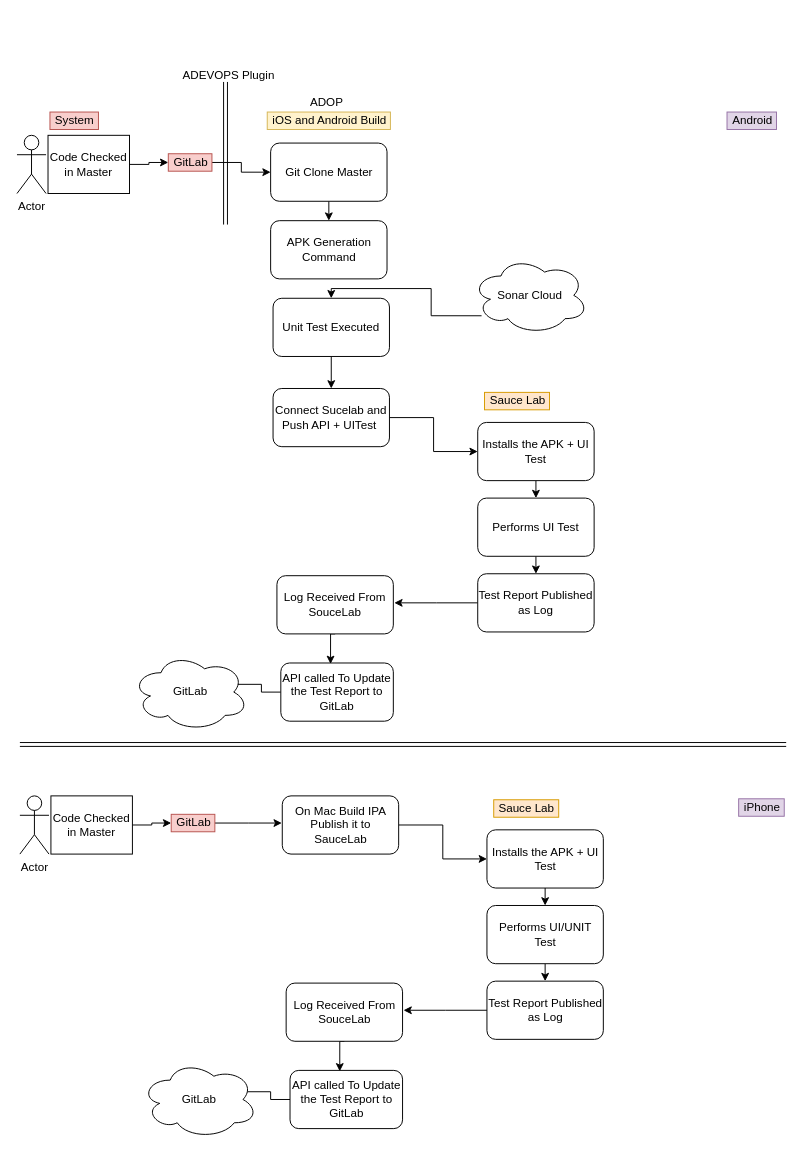
smkcoder/BuildingConversationalExp keeps this draw.io diagram as page "CI/CD" (6 of 6) of MyKnowledgeBoard.drawio. Above is the earlier version. Source tidied: cells renumbered, new cells numbered last; positions are measured from the earlier drawing's top-left corner, leaving out a move shared by most shapes. Both pictures are drawn from the tidied source at 97%, with x=0, y=0 at pixel (16, 66).
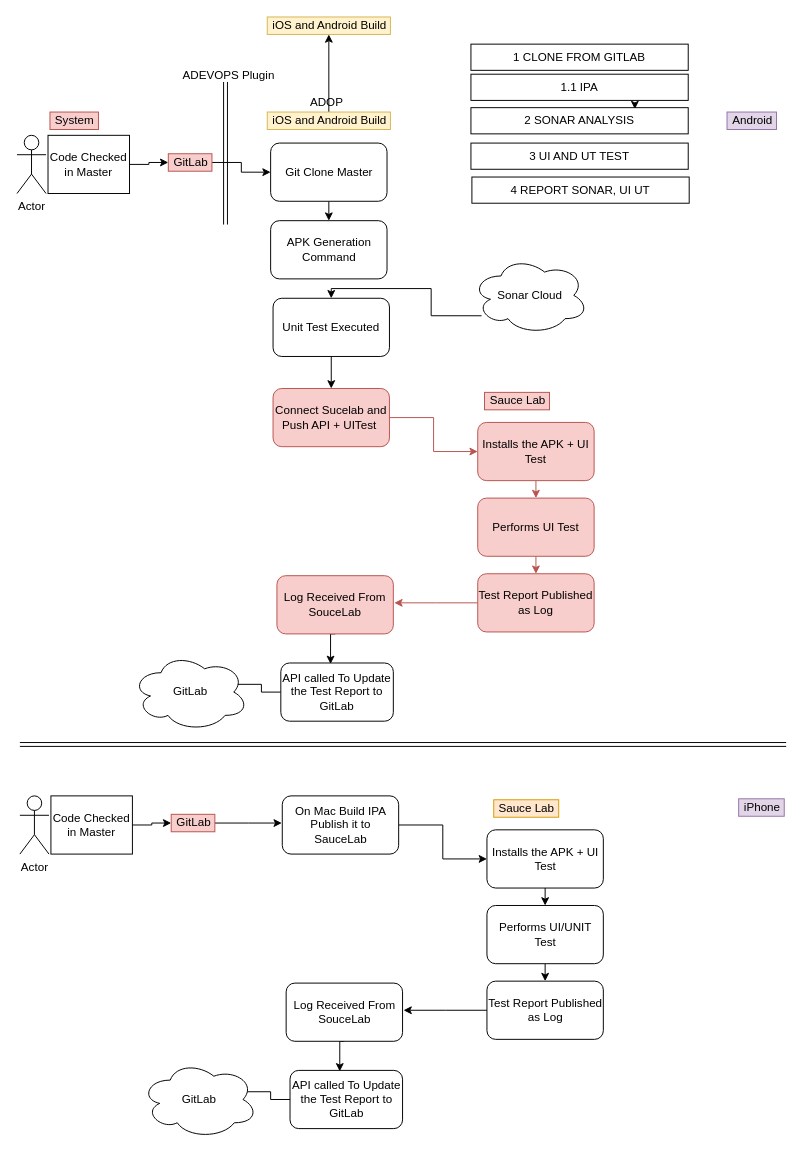
The same diagram, later.

The change refers to these unchanged cells:
```xml
<mxCell id="6" value="iOS and Android Build" style="text;html=1;align=center;verticalAlign=middle;points=[];fillColor=#fff2cc;strokeColor=#d6b656;" parent="1" vertex="1">
  <mxGeometry x="258" y="47" width="127" height="18" as="geometry" />
</mxCell>
```

What changed in the source:
```diff
@@
+    <mxCell id="55" style="edgeStyle=orthogonalEdgeStyle;rounded=0;jettySize=auto;html=1;" parent="1" edge="1" source="6" target="56">
+      <mxGeometry relative="1" as="geometry" />
+    </mxCell>
@@
+    <mxCell id="56" value="iOS and Android Build" style="text;html=1;align=center;verticalAlign=middle;points=[];fillColor=#fff2cc;strokeColor=#d6b656;" parent="1" vertex="1">
+      <mxGeometry x="258" y="-51" width="127" height="18" as="geometry" />
+    </mxCell>
@@
-    <mxCell id="11" style="edgeStyle=orthogonalEdgeStyle;rounded=0;jettySize=auto;html=1;entryX=0;entryY=0.5;entryDx=0;entryDy=0;" parent="1" edge="1" source="12" target="15">
+    <mxCell id="11" style="edgeStyle=orthogonalEdgeStyle;rounded=0;jettySize=auto;html=1;entryX=0;entryY=0.5;entryDx=0;entryDy=0;fillColor=#f8cecc;strokeColor=#b85450;" parent="1" edge="1" source="12" target="15">
       <mxGeometry relative="1" as="geometry" />
     </mxCell>
-    <mxCell id="12" value="Connect Sucelab and Push API + UITest&amp;nbsp;" style="rounded=1;whiteSpace=wrap;html=1;" parent="1" vertex="1">
+    <mxCell id="12" value="Connect Sucelab and Push API + UITest&amp;nbsp;" style="rounded=1;whiteSpace=wrap;html=1;fillColor=#f8cecc;strokeColor=#b85450;" parent="1" vertex="1">
       <mxGeometry x="264" y="332" width="120" height="60" as="geometry" />
     </mxCell>
-    <mxCell id="13" value="Sauce Lab" style="text;html=1;align=center;verticalAlign=middle;fillColor=#ffe6cc;strokeColor=#d79b00;" parent="1" vertex="1">
+    <mxCell id="13" value="Sauce Lab" style="text;html=1;align=center;verticalAlign=middle;fillColor=#f8cecc;strokeColor=#b85450;" parent="1" vertex="1">
       <mxGeometry x="482" y="336" width="67" height="18" as="geometry" />
     </mxCell>
-    <mxCell id="14" style="edgeStyle=orthogonalEdgeStyle;rounded=0;jettySize=auto;html=1;exitX=0.5;exitY=1;exitDx=0;exitDy=0;entryX=0.5;entryY=0;entryDx=0;entryDy=0;" parent="1" edge="1" source="15" target="17">
+    <mxCell id="14" style="edgeStyle=orthogonalEdgeStyle;rounded=0;jettySize=auto;html=1;exitX=0.5;exitY=1;exitDx=0;exitDy=0;entryX=0.5;entryY=0;entryDx=0;entryDy=0;fillColor=#f8cecc;strokeColor=#b85450;" parent="1" edge="1" source="15" target="17">
       <mxGeometry relative="1" as="geometry" />
     </mxCell>
-    <mxCell id="15" value="Installs the APK + UI Test" style="rounded=1;whiteSpace=wrap;html=1;" parent="1" vertex="1">
+    <mxCell id="15" value="Installs the APK + UI Test" style="rounded=1;whiteSpace=wrap;html=1;fillColor=#f8cecc;strokeColor=#b85450;" parent="1" vertex="1">
       <mxGeometry x="475" y="367" width="120" height="60" as="geometry" />
     </mxCell>
-    <mxCell id="16" style="edgeStyle=orthogonalEdgeStyle;rounded=0;jettySize=auto;html=1;exitX=0.5;exitY=1;exitDx=0;exitDy=0;entryX=0.5;entryY=0;entryDx=0;entryDy=0;" parent="1" edge="1" source="17" target="19">
+    <mxCell id="16" style="edgeStyle=orthogonalEdgeStyle;rounded=0;jettySize=auto;html=1;exitX=0.5;exitY=1;exitDx=0;exitDy=0;entryX=0.5;entryY=0;entryDx=0;entryDy=0;fillColor=#f8cecc;strokeColor=#b85450;" parent="1" edge="1" source="17" target="19">
       <mxGeometry relative="1" as="geometry" />
     </mxCell>
-    <mxCell id="17" value="Performs UI Test" style="rounded=1;whiteSpace=wrap;html=1;" parent="1" vertex="1">
+    <mxCell id="17" value="Performs UI Test" style="rounded=1;whiteSpace=wrap;html=1;fillColor=#f8cecc;strokeColor=#b85450;" parent="1" vertex="1">
       <mxGeometry x="475" y="445" width="120" height="60" as="geometry" />
     </mxCell>
-    <mxCell id="18" style="edgeStyle=orthogonalEdgeStyle;rounded=0;jettySize=auto;html=1;" parent="1" edge="1" source="19">
+    <mxCell id="18" style="edgeStyle=orthogonalEdgeStyle;rounded=0;jettySize=auto;html=1;fillColor=#f8cecc;strokeColor=#b85450;" parent="1" edge="1" source="19">
       <mxGeometry relative="1" as="geometry">
         <mxPoint x="389" y="553" as="targetPoint" />
       </mxGeometry>
     </mxCell>
-    <mxCell id="19" value="Test Report Published as Log" style="rounded=1;whiteSpace=wrap;html=1;" parent="1" vertex="1">
+    <mxCell id="19" value="Test Report Published as Log" style="rounded=1;whiteSpace=wrap;html=1;fillColor=#f8cecc;strokeColor=#b85450;" parent="1" vertex="1">
       <mxGeometry x="475" y="523" width="120" height="60" as="geometry" />
     </mxCell>
@@
-    <mxCell id="22" value="Log Received From SouceLab" style="rounded=1;whiteSpace=wrap;html=1;" parent="1" vertex="1">
+    <mxCell id="22" value="Log Received From SouceLab" style="rounded=1;whiteSpace=wrap;html=1;fillColor=#f8cecc;strokeColor=#b85450;" parent="1" vertex="1">
       <mxGeometry x="268" y="525" width="120" height="60" as="geometry" />
     </mxCell>
@@
+    <mxCell id="57" value="1 CLONE FROM GITLAB" style="rounded=0;whiteSpace=wrap;html=1;" parent="1" vertex="1">
+      <mxGeometry x="468" y="-23" width="224" height="27" as="geometry" />
+    </mxCell>
+    <mxCell id="58" style="edgeStyle=orthogonalEdgeStyle;rounded=0;jettySize=auto;html=1;exitX=0.75;exitY=0;exitDx=0;exitDy=0;" parent="1" edge="1" source="59">
+      <mxGeometry relative="1" as="geometry">
+        <mxPoint x="637" y="44" as="targetPoint" />
+      </mxGeometry>
+    </mxCell>
+    <mxCell id="59" value="2 SONAR ANALYSIS" style="rounded=0;whiteSpace=wrap;html=1;" parent="1" vertex="1">
+      <mxGeometry x="468" y="42.5" width="224" height="27" as="geometry" />
+    </mxCell>
+    <mxCell id="60" value="1.1 IPA" style="rounded=0;whiteSpace=wrap;html=1;" parent="1" vertex="1">
+      <mxGeometry x="468" y="8" width="224" height="27" as="geometry" />
+    </mxCell>
+    <mxCell id="61" value="3 UI AND UT TEST" style="rounded=0;whiteSpace=wrap;html=1;" parent="1" vertex="1">
+      <mxGeometry x="468" y="79" width="224" height="27" as="geometry" />
+    </mxCell>
+    <mxCell id="62" value="4 REPORT SONAR, UI UT" style="rounded=0;whiteSpace=wrap;html=1;" parent="1" vertex="1">
+      <mxGeometry x="469" y="114" width="224" height="27" as="geometry" />
+    </mxCell>
```
